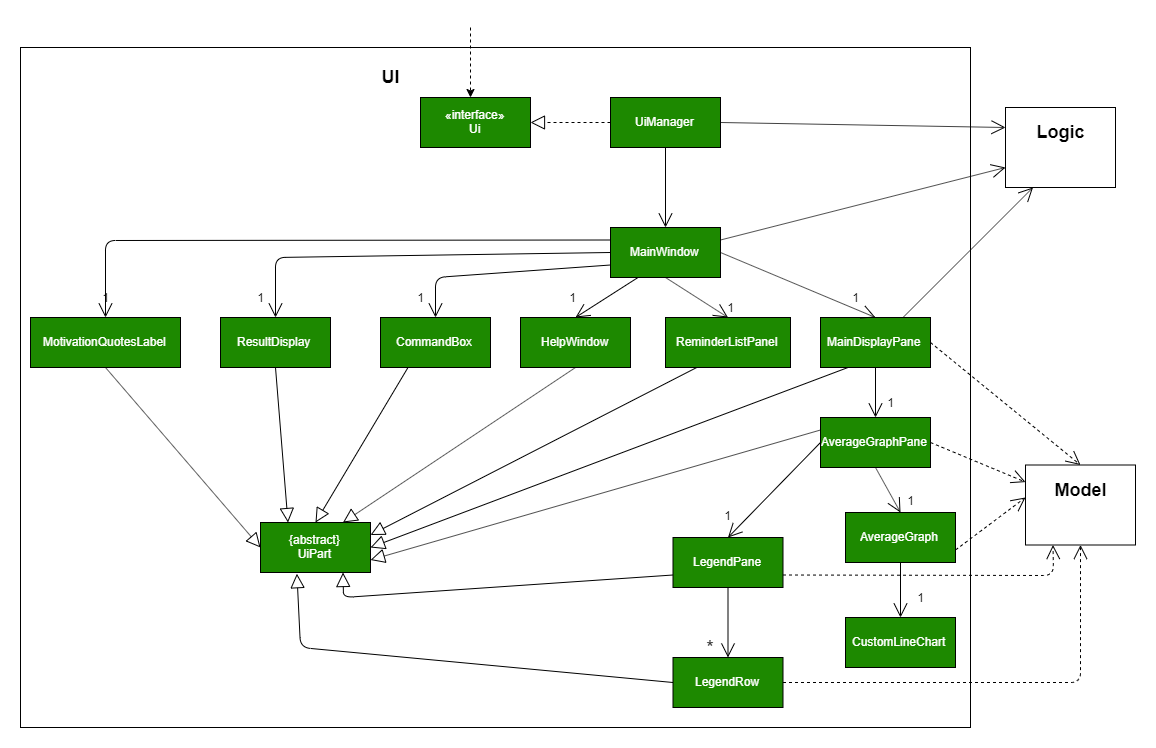
Earlier version of the draw.io export docs/images/AverageUiClassDiagram.png (nus-cs2103-AY1920S1/addressbook-level3). Source tidied: cells renumbered, new cells last; positions are measured from the earlier drawing's top-left corner, leaving out a move shared by most shapes. The source it was exported from:
```xml
<mxGraphModel>
  <root>
    <mxCell id="0" />
    <mxCell id="1" parent="0" />
    <mxCell id="2" style="rounded=0;whiteSpace=wrap;html=1;fillColor=none;" parent="1" vertex="1">
      <mxGeometry y="20" width="950" height="680" as="geometry" />
    </mxCell>
    <mxCell id="3" style="endArrow=classic;html=1;dashed=1;" parent="1" edge="1">
      <mxGeometry relative="1" as="geometry">
        <mxPoint x="450" as="sourcePoint" />
        <mxPoint x="450" y="70" as="targetPoint" />
      </mxGeometry>
    </mxCell>
    <mxCell id="4" value="«interface»&lt;br&gt;Ui" style="html=1;fillColor=#1D8900;fontColor=#FFFFFF;" parent="1" vertex="1">
      <mxGeometry x="400" y="70" width="110" height="50" as="geometry" />
    </mxCell>
    <mxCell id="5" style="endArrow=block;dashed=1;endFill=0;endSize=12;html=1;exitX=0;exitY=0.5;exitDx=0;exitDy=0;" parent="1" edge="1" source="6" target="4">
      <mxGeometry relative="1" as="geometry" />
    </mxCell>
    <mxCell id="6" value="UiManager" style="html=1;fillColor=#1D8900;fontColor=#FFFFFF;" parent="1" vertex="1">
      <mxGeometry x="590" y="70" width="110" height="50" as="geometry" />
    </mxCell>
    <mxCell id="7" style="endArrow=open;endFill=1;endSize=12;html=1;exitX=0.5;exitY=1;exitDx=0;exitDy=0;" parent="1" edge="1" source="6" target="8">
      <mxGeometry relative="1" as="geometry" />
    </mxCell>
    <mxCell id="8" value="MainWindow" style="html=1;fillColor=#1D8900;fontColor=#FFFFFF;" parent="1" vertex="1">
      <mxGeometry x="590" y="200" width="110" height="50" as="geometry" />
    </mxCell>
    <mxCell id="9" value="ResultDisplay" style="html=1;fillColor=#1D8900;fontColor=#FFFFFF;" parent="1" vertex="1">
      <mxGeometry x="200" y="290" width="110" height="50" as="geometry" />
    </mxCell>
    <mxCell id="10" value="CommandBox" style="html=1;fillColor=#1D8900;fontColor=#FFFFFF;" parent="1" vertex="1">
      <mxGeometry x="360" y="290" width="110" height="50" as="geometry" />
    </mxCell>
    <mxCell id="11" value="HelpWindow" style="html=1;fillColor=#1D8900;fontColor=#FFFFFF;" parent="1" vertex="1">
      <mxGeometry x="500" y="290" width="110" height="50" as="geometry" />
    </mxCell>
    <mxCell id="12" value="ReminderListPanel" style="html=1;fillColor=#1D8900;fontColor=#FFFFFF;" parent="1" vertex="1">
      <mxGeometry x="645" y="290" width="125" height="50" as="geometry" />
    </mxCell>
    <mxCell id="13" value="MainDisplayPane" style="html=1;fillColor=#1D8900;fontColor=#FFFFFF;" parent="1" vertex="1">
      <mxGeometry x="800" y="290" width="110" height="50" as="geometry" />
    </mxCell>
    <mxCell id="14" value="MotivationQuotesLabel" style="html=1;fillColor=#1D8900;fontColor=#FFFFFF;" parent="1" vertex="1">
      <mxGeometry x="10" y="290" width="150" height="50" as="geometry" />
    </mxCell>
    <mxCell id="15" value="AverageGraphPane" style="html=1;fillColor=#1D8900;fontColor=#FFFFFF;" parent="1" vertex="1">
      <mxGeometry x="800" y="390" width="110" height="50" as="geometry" />
    </mxCell>
    <mxCell id="16" value="AverageGraph" style="html=1;fillColor=#1D8900;fontColor=#FFFFFF;" parent="1" vertex="1">
      <mxGeometry x="825" y="485" width="110" height="50" as="geometry" />
    </mxCell>
    <mxCell id="17" value="LegendRow" style="html=1;fillColor=#1D8900;fontColor=#FFFFFF;" parent="1" vertex="1">
      <mxGeometry x="652.5" y="630" width="110" height="50" as="geometry" />
    </mxCell>
    <mxCell id="18" value="LegendPane" style="html=1;fillColor=#1D8900;fontColor=#FFFFFF;" parent="1" vertex="1">
      <mxGeometry x="652.5" y="510" width="110" height="50" as="geometry" />
    </mxCell>
    <mxCell id="19" style="endArrow=open;endFill=1;endSize=12;html=1;exitX=0;exitY=0.25;exitDx=0;exitDy=0;entryX=0.5;entryY=0;entryDx=0;entryDy=0;" parent="1" edge="1" source="8" target="14">
      <mxGeometry relative="1" as="geometry">
        <Array as="points">
          <mxPoint x="85" y="213" />
        </Array>
      </mxGeometry>
    </mxCell>
    <mxCell id="20" style="endArrow=open;endFill=1;endSize=12;html=1;exitX=0;exitY=0.75;exitDx=0;exitDy=0;" parent="1" edge="1" source="8" target="10">
      <mxGeometry relative="1" as="geometry">
        <Array as="points">
          <mxPoint x="415" y="250" />
        </Array>
      </mxGeometry>
    </mxCell>
    <mxCell id="21" style="endArrow=open;endFill=1;endSize=12;html=1;exitX=0;exitY=0.5;exitDx=0;exitDy=0;entryX=0.5;entryY=0;entryDx=0;entryDy=0;" parent="1" edge="1" source="8" target="9">
      <mxGeometry relative="1" as="geometry">
        <Array as="points">
          <mxPoint x="255" y="230" />
        </Array>
      </mxGeometry>
    </mxCell>
    <mxCell id="22" style="endArrow=open;endFill=1;endSize=12;html=1;exitX=0.5;exitY=1;exitDx=0;exitDy=0;entryX=0.5;entryY=0;entryDx=0;entryDy=0;" parent="1" edge="1" source="8" target="12">
      <mxGeometry relative="1" as="geometry" />
    </mxCell>
    <mxCell id="23" style="endArrow=open;endFill=1;endSize=12;html=1;exitX=0.25;exitY=1;exitDx=0;exitDy=0;entryX=0.5;entryY=0;entryDx=0;entryDy=0;" parent="1" edge="1" source="8" target="11">
      <mxGeometry relative="1" as="geometry" />
    </mxCell>
    <mxCell id="24" style="endArrow=open;endFill=1;endSize=12;html=1;exitX=1;exitY=0.5;exitDx=0;exitDy=0;entryX=0.5;entryY=0;entryDx=0;entryDy=0;" parent="1" edge="1" source="8" target="13">
      <mxGeometry relative="1" as="geometry" />
    </mxCell>
    <mxCell id="25" style="endArrow=open;endFill=1;endSize=12;html=1;exitX=0.5;exitY=1;exitDx=0;exitDy=0;entryX=0.5;entryY=0;entryDx=0;entryDy=0;" parent="1" edge="1" source="13" target="15">
      <mxGeometry relative="1" as="geometry" />
    </mxCell>
    <mxCell id="26" style="endArrow=open;endFill=1;endSize=12;html=1;exitX=0.5;exitY=1;exitDx=0;exitDy=0;entryX=0.5;entryY=0;entryDx=0;entryDy=0;" parent="1" edge="1" source="15" target="16">
      <mxGeometry relative="1" as="geometry" />
    </mxCell>
    <mxCell id="27" style="endArrow=open;endFill=1;endSize=12;html=1;exitX=0;exitY=0.5;exitDx=0;exitDy=0;entryX=0.5;entryY=0;entryDx=0;entryDy=0;" parent="1" edge="1" source="15" target="18">
      <mxGeometry relative="1" as="geometry" />
    </mxCell>
    <mxCell id="28" style="endArrow=open;endFill=1;endSize=12;html=1;exitX=0.5;exitY=1;exitDx=0;exitDy=0;entryX=0.5;entryY=0;entryDx=0;entryDy=0;" parent="1" edge="1" source="18" target="17">
      <mxGeometry relative="1" as="geometry" />
    </mxCell>
    <mxCell id="29" value="{abstract}&lt;br&gt;UiPart" style="html=1;fillColor=#1D8900;fontColor=#FFFFFF;" parent="1" vertex="1">
      <mxGeometry x="240" y="495" width="110" height="50" as="geometry" />
    </mxCell>
    <mxCell id="30" style="endArrow=block;endFill=0;endSize=12;html=1;exitX=0.5;exitY=1;exitDx=0;exitDy=0;entryX=0;entryY=0.5;entryDx=0;entryDy=0;" parent="1" edge="1" source="14" target="29">
      <mxGeometry relative="1" as="geometry" />
    </mxCell>
    <mxCell id="31" style="endArrow=block;endFill=0;endSize=12;html=1;exitX=0.5;exitY=1;exitDx=0;exitDy=0;entryX=0.25;entryY=0;entryDx=0;entryDy=0;" parent="1" edge="1" source="9" target="29">
      <mxGeometry relative="1" as="geometry" />
    </mxCell>
    <mxCell id="32" style="endArrow=block;endFill=0;endSize=12;html=1;exitX=0.25;exitY=1;exitDx=0;exitDy=0;entryX=0.5;entryY=0;entryDx=0;entryDy=0;" parent="1" edge="1" source="10" target="29">
      <mxGeometry relative="1" as="geometry" />
    </mxCell>
    <mxCell id="33" style="endArrow=block;endFill=0;endSize=12;html=1;exitX=0.5;exitY=1;exitDx=0;exitDy=0;entryX=0.75;entryY=0;entryDx=0;entryDy=0;" parent="1" edge="1" source="11" target="29">
      <mxGeometry relative="1" as="geometry" />
    </mxCell>
    <mxCell id="34" style="endArrow=block;endFill=0;endSize=12;html=1;exitX=0.25;exitY=1;exitDx=0;exitDy=0;entryX=1;entryY=0.25;entryDx=0;entryDy=0;" parent="1" edge="1" source="12" target="29">
      <mxGeometry relative="1" as="geometry" />
    </mxCell>
    <mxCell id="35" style="endArrow=block;endFill=0;endSize=12;html=1;entryX=1;entryY=0.5;entryDx=0;entryDy=0;exitX=0.25;exitY=1;exitDx=0;exitDy=0;" parent="1" edge="1" source="13" target="29">
      <mxGeometry relative="1" as="geometry" />
    </mxCell>
    <mxCell id="36" style="endArrow=block;endFill=0;endSize=12;html=1;entryX=0.75;entryY=1;entryDx=0;entryDy=0;exitX=0;exitY=0.75;exitDx=0;exitDy=0;" parent="1" edge="1" source="18" target="29">
      <mxGeometry relative="1" as="geometry">
        <Array as="points">
          <mxPoint x="323" y="570" />
        </Array>
      </mxGeometry>
    </mxCell>
    <mxCell id="37" style="endArrow=block;endFill=0;endSize=12;html=1;entryX=0.331;entryY=1.024;entryDx=0;entryDy=0;exitX=0;exitY=0.5;exitDx=0;exitDy=0;entryPerimeter=0;" parent="1" edge="1" source="17" target="29">
      <mxGeometry relative="1" as="geometry">
        <Array as="points">
          <mxPoint x="280" y="620" />
        </Array>
      </mxGeometry>
    </mxCell>
    <mxCell id="38" style="endArrow=open;endFill=1;endSize=12;html=1;exitX=1;exitY=0.25;exitDx=0;exitDy=0;entryX=0;entryY=0.75;entryDx=0;entryDy=0;" parent="1" edge="1" source="8" target="40">
      <mxGeometry relative="1" as="geometry" />
    </mxCell>
    <mxCell id="39" style="endArrow=open;endFill=1;endSize=12;html=1;exitX=1;exitY=0.5;exitDx=0;exitDy=0;entryX=0;entryY=0.25;entryDx=0;entryDy=0;" parent="1" edge="1" source="6" target="40">
      <mxGeometry relative="1" as="geometry" />
    </mxCell>
    <mxCell id="40" style="rounded=0;whiteSpace=wrap;html=1;fillColor=none;" parent="1" vertex="1">
      <mxGeometry x="985" y="80" width="110" height="80" as="geometry" />
    </mxCell>
    <mxCell id="41" value="&lt;b&gt;&lt;font style=&quot;font-size: 18px&quot;&gt;Logic&lt;/font&gt;&lt;/b&gt;" style="text;html=1;strokeColor=none;fillColor=none;align=center;verticalAlign=middle;whiteSpace=wrap;rounded=0;" parent="1" vertex="1">
      <mxGeometry x="1020" y="95" width="40" height="20" as="geometry" />
    </mxCell>
    <mxCell id="42" style="rounded=0;whiteSpace=wrap;html=1;fillColor=none;" parent="1" vertex="1">
      <mxGeometry x="1005" y="437.5" width="110" height="80" as="geometry" />
    </mxCell>
    <mxCell id="43" value="&lt;b&gt;&lt;font style=&quot;font-size: 18px&quot;&gt;Model&lt;/font&gt;&lt;/b&gt;" style="text;html=1;strokeColor=none;fillColor=none;align=center;verticalAlign=middle;whiteSpace=wrap;rounded=0;" parent="1" vertex="1">
      <mxGeometry x="1040" y="452.5" width="40" height="20" as="geometry" />
    </mxCell>
    <mxCell id="44" style="endArrow=open;endFill=1;endSize=12;html=1;dashed=1;exitX=1;exitY=0.75;exitDx=0;exitDy=0;entryX=0;entryY=0.406;entryDx=0;entryDy=0;entryPerimeter=0;" parent="1" edge="1" source="16" target="42">
      <mxGeometry relative="1" as="geometry" />
    </mxCell>
    <mxCell id="45" style="endArrow=open;endFill=1;endSize=12;html=1;dashed=1;exitX=1;exitY=0.75;exitDx=0;exitDy=0;entryX=0.25;entryY=1;entryDx=0;entryDy=0;" parent="1" edge="1" source="18" target="42">
      <mxGeometry relative="1" as="geometry">
        <Array as="points">
          <mxPoint x="1033" y="548" />
        </Array>
      </mxGeometry>
    </mxCell>
    <mxCell id="46" style="endArrow=open;endFill=1;endSize=12;html=1;dashed=1;exitX=1;exitY=0.5;exitDx=0;exitDy=0;entryX=0.5;entryY=1;entryDx=0;entryDy=0;" parent="1" edge="1" source="17" target="42">
      <mxGeometry relative="1" as="geometry">
        <Array as="points">
          <mxPoint x="1060" y="655" />
        </Array>
      </mxGeometry>
    </mxCell>
    <mxCell id="47" value="CustomLineChart" style="html=1;fillColor=#1D8900;fontColor=#FFFFFF;" parent="1" vertex="1">
      <mxGeometry x="825" y="590" width="110" height="50" as="geometry" />
    </mxCell>
    <mxCell id="48" style="endArrow=open;endFill=1;endSize=12;html=1;exitX=0.5;exitY=1;exitDx=0;exitDy=0;entryX=0.5;entryY=0;entryDx=0;entryDy=0;" parent="1" edge="1" source="16" target="47">
      <mxGeometry relative="1" as="geometry" />
    </mxCell>
    <mxCell id="49" value="1" style="text;html=1;strokeColor=none;fillColor=none;align=center;verticalAlign=middle;whiteSpace=wrap;rounded=0;" parent="1" vertex="1">
      <mxGeometry x="687.5" y="477.5" width="40" height="20" as="geometry" />
    </mxCell>
    <mxCell id="50" value="&lt;font style=&quot;font-size: 19px&quot;&gt;*&lt;/font&gt;" style="text;html=1;strokeColor=none;fillColor=none;align=center;verticalAlign=middle;whiteSpace=wrap;rounded=0;" parent="1" vertex="1">
      <mxGeometry x="670" y="610" width="40" height="20" as="geometry" />
    </mxCell>
    <mxCell id="51" value="1" style="text;html=1;strokeColor=none;fillColor=none;align=center;verticalAlign=middle;whiteSpace=wrap;rounded=0;" parent="1" vertex="1">
      <mxGeometry x="870" y="462.5" width="40" height="20" as="geometry" />
    </mxCell>
    <mxCell id="52" value="1" style="text;html=1;strokeColor=none;fillColor=none;align=center;verticalAlign=middle;whiteSpace=wrap;rounded=0;" parent="1" vertex="1">
      <mxGeometry x="880" y="560" width="40" height="20" as="geometry" />
    </mxCell>
    <mxCell id="53" value="&lt;font style=&quot;font-size: 18px&quot;&gt;&lt;b&gt;UI&lt;/b&gt;&lt;/font&gt;" style="text;html=1;strokeColor=none;fillColor=none;align=center;verticalAlign=middle;whiteSpace=wrap;rounded=0;" parent="1" vertex="1">
      <mxGeometry x="350" y="40" width="40" height="20" as="geometry" />
    </mxCell>
    <mxCell id="54" value="1" style="text;html=1;strokeColor=none;fillColor=none;align=center;verticalAlign=middle;whiteSpace=wrap;rounded=0;" parent="1" vertex="1">
      <mxGeometry x="850" y="365" width="40" height="20" as="geometry" />
    </mxCell>
    <mxCell id="55" value="1" style="text;html=1;strokeColor=none;fillColor=none;align=center;verticalAlign=middle;whiteSpace=wrap;rounded=0;" parent="1" vertex="1">
      <mxGeometry x="815" y="260" width="40" height="20" as="geometry" />
    </mxCell>
    <mxCell id="56" value="1" style="text;html=1;strokeColor=none;fillColor=none;align=center;verticalAlign=middle;whiteSpace=wrap;rounded=0;" parent="1" vertex="1">
      <mxGeometry x="690" y="270" width="40" height="20" as="geometry" />
    </mxCell>
    <mxCell id="57" value="1" style="text;html=1;strokeColor=none;fillColor=none;align=center;verticalAlign=middle;whiteSpace=wrap;rounded=0;" parent="1" vertex="1">
      <mxGeometry x="532.5" y="260" width="40" height="20" as="geometry" />
    </mxCell>
    <mxCell id="58" value="1" style="text;html=1;strokeColor=none;fillColor=none;align=center;verticalAlign=middle;whiteSpace=wrap;rounded=0;" parent="1" vertex="1">
      <mxGeometry x="380" y="260" width="40" height="20" as="geometry" />
    </mxCell>
    <mxCell id="59" value="1" style="text;html=1;strokeColor=none;fillColor=none;align=center;verticalAlign=middle;whiteSpace=wrap;rounded=0;" parent="1" vertex="1">
      <mxGeometry x="220" y="260" width="40" height="20" as="geometry" />
    </mxCell>
    <mxCell id="60" style="endArrow=open;endFill=1;endSize=12;html=1;exitX=0.75;exitY=0;exitDx=0;exitDy=0;entryX=0.25;entryY=1;entryDx=0;entryDy=0;" parent="1" edge="1" source="13" target="40">
      <mxGeometry relative="1" as="geometry" />
    </mxCell>
    <mxCell id="61" style="endArrow=open;endFill=1;endSize=12;html=1;dashed=1;exitX=1;exitY=0.5;exitDx=0;exitDy=0;entryX=0.5;entryY=0;entryDx=0;entryDy=0;" parent="1" edge="1" source="13" target="42">
      <mxGeometry relative="1" as="geometry" />
    </mxCell>
    <mxCell id="62" style="endArrow=block;endFill=0;endSize=12;html=1;entryX=1;entryY=0.75;entryDx=0;entryDy=0;exitX=0;exitY=0.25;exitDx=0;exitDy=0;" parent="1" edge="1" source="15" target="29">
      <mxGeometry relative="1" as="geometry" />
    </mxCell>
    <mxCell id="63" style="endArrow=open;endFill=1;endSize=12;html=1;dashed=1;exitX=1;exitY=0.5;exitDx=0;exitDy=0;" parent="1" edge="1" source="15" target="42">
      <mxGeometry relative="1" as="geometry" />
    </mxCell>
    <mxCell id="64" value="1" style="text;html=1;strokeColor=none;fillColor=none;align=center;verticalAlign=middle;whiteSpace=wrap;rounded=0;" parent="1" vertex="1">
      <mxGeometry x="65" y="260" width="40" height="20" as="geometry" />
    </mxCell>
  </root>
</mxGraphModel>
```
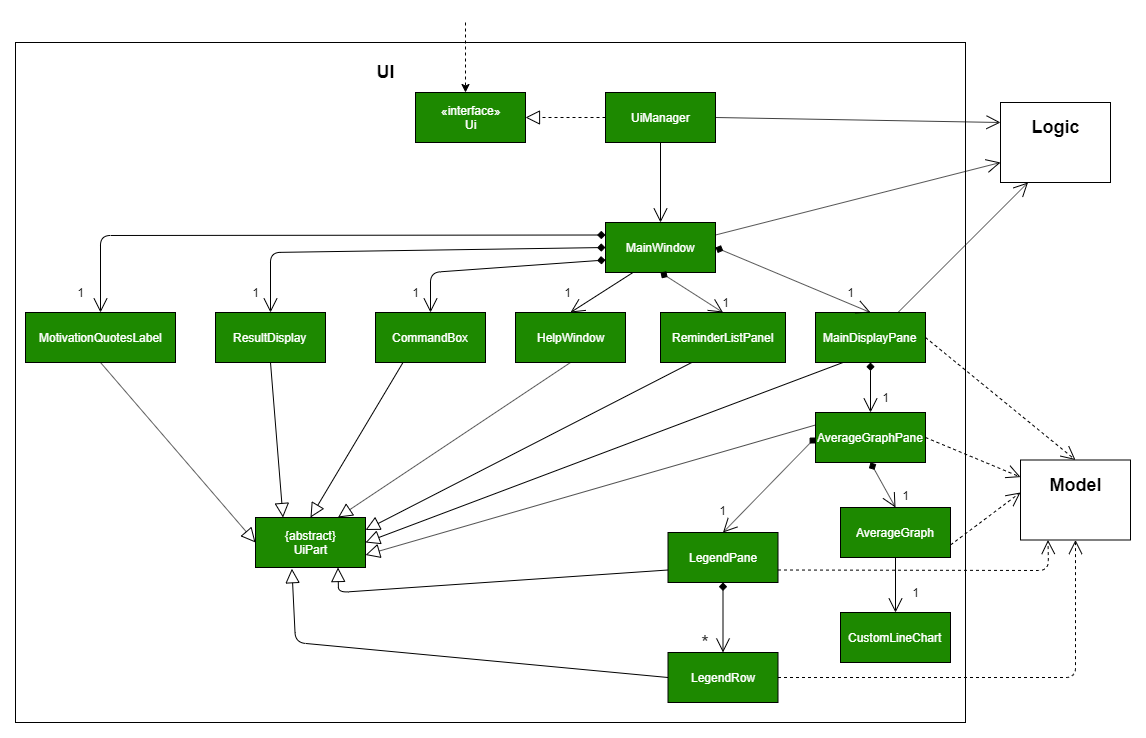
The same diagram one commit later.

Diff of the diagram source:
```diff
@@ -56,46 +56,46 @@
     <mxCell id="18" value="LegendPane" style="html=1;fillColor=#1D8900;fontColor=#FFFFFF;" parent="1" vertex="1">
       <mxGeometry x="652.5" y="510" width="110" height="50" as="geometry" />
     </mxCell>
-    <mxCell id="19" style="endArrow=open;endFill=1;endSize=12;html=1;exitX=0;exitY=0.25;exitDx=0;exitDy=0;entryX=0.5;entryY=0;entryDx=0;entryDy=0;" parent="1" edge="1" source="8" target="14">
+    <mxCell id="19" style="endArrow=open;endFill=1;endSize=12;html=1;exitX=0;exitY=0.25;exitDx=0;exitDy=0;entryX=0.5;entryY=0;entryDx=0;entryDy=0;startArrow=diamond;startFill=1;" parent="1" edge="1" source="8" target="14">
       <mxGeometry relative="1" as="geometry">
         <Array as="points">
           <mxPoint x="85" y="213" />
         </Array>
       </mxGeometry>
     </mxCell>
-    <mxCell id="20" style="endArrow=open;endFill=1;endSize=12;html=1;exitX=0;exitY=0.75;exitDx=0;exitDy=0;" parent="1" edge="1" source="8" target="10">
+    <mxCell id="20" style="endArrow=open;endFill=1;endSize=12;html=1;exitX=0;exitY=0.75;exitDx=0;exitDy=0;startArrow=diamond;startFill=1;" parent="1" edge="1" source="8" target="10">
       <mxGeometry relative="1" as="geometry">
         <Array as="points">
           <mxPoint x="415" y="250" />
         </Array>
       </mxGeometry>
     </mxCell>
-    <mxCell id="21" style="endArrow=open;endFill=1;endSize=12;html=1;exitX=0;exitY=0.5;exitDx=0;exitDy=0;entryX=0.5;entryY=0;entryDx=0;entryDy=0;" parent="1" edge="1" source="8" target="9">
+    <mxCell id="21" style="endArrow=open;endFill=1;endSize=12;html=1;exitX=0;exitY=0.5;exitDx=0;exitDy=0;entryX=0.5;entryY=0;entryDx=0;entryDy=0;startArrow=diamond;startFill=1;" parent="1" edge="1" source="8" target="9">
       <mxGeometry relative="1" as="geometry">
         <Array as="points">
           <mxPoint x="255" y="230" />
         </Array>
       </mxGeometry>
     </mxCell>
-    <mxCell id="22" style="endArrow=open;endFill=1;endSize=12;html=1;exitX=0.5;exitY=1;exitDx=0;exitDy=0;entryX=0.5;entryY=0;entryDx=0;entryDy=0;" parent="1" edge="1" source="8" target="12">
+    <mxCell id="22" style="endArrow=open;endFill=1;endSize=12;html=1;exitX=0.5;exitY=1;exitDx=0;exitDy=0;entryX=0.5;entryY=0;entryDx=0;entryDy=0;startArrow=diamond;startFill=1;" parent="1" edge="1" source="8" target="12">
       <mxGeometry relative="1" as="geometry" />
     </mxCell>
     <mxCell id="23" style="endArrow=open;endFill=1;endSize=12;html=1;exitX=0.25;exitY=1;exitDx=0;exitDy=0;entryX=0.5;entryY=0;entryDx=0;entryDy=0;" parent="1" edge="1" source="8" target="11">
       <mxGeometry relative="1" as="geometry" />
     </mxCell>
-    <mxCell id="24" style="endArrow=open;endFill=1;endSize=12;html=1;exitX=1;exitY=0.5;exitDx=0;exitDy=0;entryX=0.5;entryY=0;entryDx=0;entryDy=0;" parent="1" edge="1" source="8" target="13">
+    <mxCell id="24" style="endArrow=open;endFill=1;endSize=12;html=1;exitX=1;exitY=0.5;exitDx=0;exitDy=0;entryX=0.5;entryY=0;entryDx=0;entryDy=0;startArrow=diamond;startFill=1;" parent="1" edge="1" source="8" target="13">
       <mxGeometry relative="1" as="geometry" />
     </mxCell>
-    <mxCell id="25" style="endArrow=open;endFill=1;endSize=12;html=1;exitX=0.5;exitY=1;exitDx=0;exitDy=0;entryX=0.5;entryY=0;entryDx=0;entryDy=0;" parent="1" edge="1" source="13" target="15">
+    <mxCell id="25" style="endArrow=open;endFill=1;endSize=12;html=1;exitX=0.5;exitY=1;exitDx=0;exitDy=0;entryX=0.5;entryY=0;entryDx=0;entryDy=0;startArrow=diamond;startFill=1;" parent="1" edge="1" source="13" target="15">
       <mxGeometry relative="1" as="geometry" />
     </mxCell>
-    <mxCell id="26" style="endArrow=open;endFill=1;endSize=12;html=1;exitX=0.5;exitY=1;exitDx=0;exitDy=0;entryX=0.5;entryY=0;entryDx=0;entryDy=0;" parent="1" edge="1" source="15" target="16">
+    <mxCell id="26" style="endArrow=open;endFill=1;endSize=12;html=1;exitX=0.5;exitY=1;exitDx=0;exitDy=0;entryX=0.5;entryY=0;entryDx=0;entryDy=0;startArrow=diamond;startFill=1;" parent="1" edge="1" source="15" target="16">
       <mxGeometry relative="1" as="geometry" />
     </mxCell>
-    <mxCell id="27" style="endArrow=open;endFill=1;endSize=12;html=1;exitX=0;exitY=0.5;exitDx=0;exitDy=0;entryX=0.5;entryY=0;entryDx=0;entryDy=0;" parent="1" edge="1" source="15" target="18">
+    <mxCell id="27" style="endArrow=open;endFill=1;endSize=12;html=1;exitX=0;exitY=0.5;exitDx=0;exitDy=0;entryX=0.5;entryY=0;entryDx=0;entryDy=0;startArrow=diamond;startFill=1;" parent="1" edge="1" source="15" target="18">
       <mxGeometry relative="1" as="geometry" />
     </mxCell>
-    <mxCell id="28" style="endArrow=open;endFill=1;endSize=12;html=1;exitX=0.5;exitY=1;exitDx=0;exitDy=0;entryX=0.5;entryY=0;entryDx=0;entryDy=0;" parent="1" edge="1" source="18" target="17">
+    <mxCell id="28" style="endArrow=open;endFill=1;endSize=12;html=1;exitX=0.5;exitY=1;exitDx=0;exitDy=0;entryX=0.5;entryY=0;entryDx=0;entryDy=0;startArrow=diamond;startFill=1;" parent="1" edge="1" source="18" target="17">
       <mxGeometry relative="1" as="geometry" />
     </mxCell>
     <mxCell id="29" value="{abstract}&lt;br&gt;UiPart" style="html=1;fillColor=#1D8900;fontColor=#FFFFFF;" parent="1" vertex="1">
@@ -220,7 +220,7 @@
       <mxGeometry relative="1" as="geometry" />
     </mxCell>
     <mxCell id="64" value="1" style="text;html=1;strokeColor=none;fillColor=none;align=center;verticalAlign=middle;whiteSpace=wrap;rounded=0;" parent="1" vertex="1">
-      <mxGeometry x="65" y="260" width="40" height="20" as="geometry" />
+      <mxGeometry x="45" y="260" width="40" height="20" as="geometry" />
     </mxCell>
   </root>
 </mxGraphModel>
```
